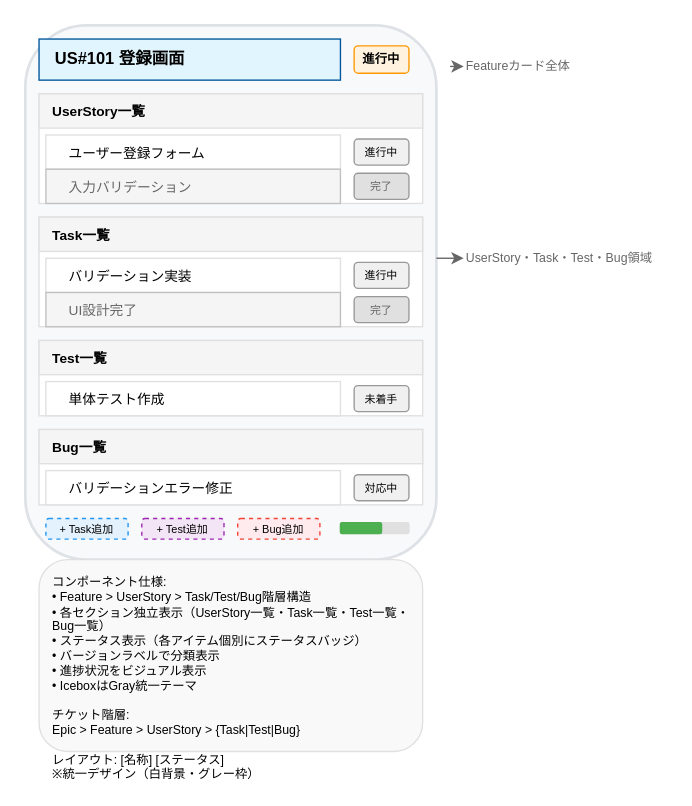
Earlier version of the draw.io diagram vibes/docs/specs/ui/kanban_ui_feature_card_component.drawio (hollySizzle/redmine_epic_ladder). Source tidied: cells renumbered, new cells numbered last; positions are measured from the earlier drawing's top-left corner, leaving out a move shared by most shapes. Both pictures are drawn from the tidied source at 137%, with x=0, y=0 at pixel (25, 25).
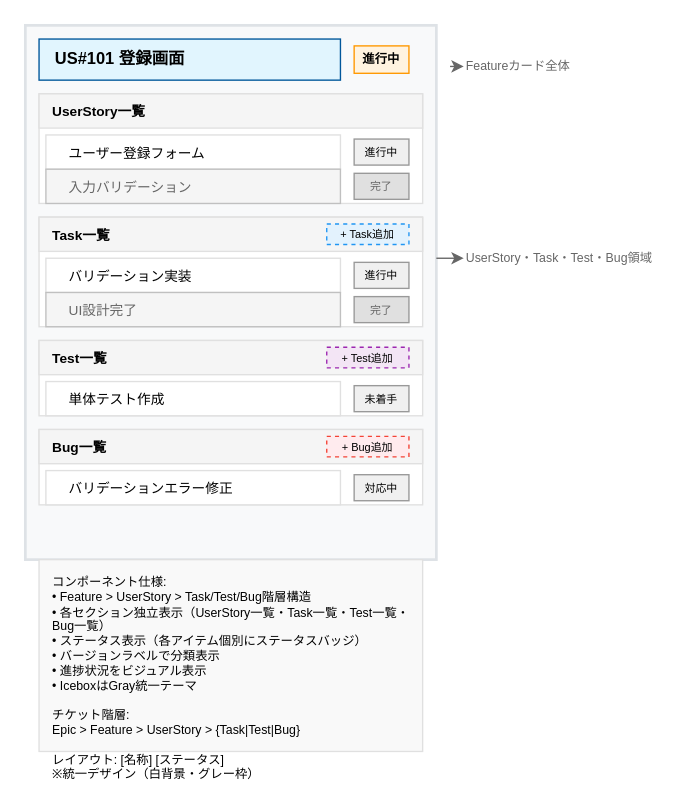
The same page after the edit.

Commit message (it also covers changes not shown here):
ワイヤーフレームの更新

The edit, as a diff of the source:
```diff
@@
-    <mxCell id="2" style="rounded=1;whiteSpace=wrap;html=1;fillColor=#f8f9fa;strokeColor=#dee2e6;strokeWidth=2;" parent="1" vertex="1">
+    <mxCell id="2" style="rounded=0;whiteSpace=wrap;html=1;fillColor=#f8f9fa;strokeColor=#dee2e6;strokeWidth=2;" parent="1" vertex="1">
       <mxGeometry width="300" height="390" as="geometry" />
     </mxCell>
@@
-    <mxCell id="4" value="進行中" style="rounded=1;whiteSpace=wrap;html=1;fillColor=#fff3e0;strokeColor=#ff9800;fontSize=9;align=center;verticalAlign=middle;fontStyle=1;" parent="1" vertex="1">
+    <mxCell id="4" value="進行中" style="rounded=0;whiteSpace=wrap;html=1;fillColor=#fff3e0;strokeColor=#ff9800;fontSize=9;align=center;verticalAlign=middle;fontStyle=1;" parent="1" vertex="1">
       <mxGeometry x="240" y="15" width="40" height="20" as="geometry" />
     </mxCell>
@@
-    <mxCell id="8" value="進行中" style="rounded=1;whiteSpace=wrap;html=1;fillColor=#f0f0f0;strokeColor=#999999;fontSize=8;align=center;verticalAlign=middle;" parent="1" vertex="1">
+    <mxCell id="8" value="進行中" style="rounded=0;whiteSpace=wrap;html=1;fillColor=#f0f0f0;strokeColor=#999999;fontSize=8;align=center;verticalAlign=middle;" parent="1" vertex="1">
       <mxGeometry x="240" y="83" width="40" height="19" as="geometry" />
     </mxCell>
@@
-    <mxCell id="10" value="完了" style="rounded=1;whiteSpace=wrap;html=1;fillColor=#e0e0e0;strokeColor=#999999;fontSize=8;align=center;verticalAlign=middle;fontColor=#666666;" parent="1" vertex="1">
+    <mxCell id="10" value="完了" style="rounded=0;whiteSpace=wrap;html=1;fillColor=#e0e0e0;strokeColor=#999999;fontSize=8;align=center;verticalAlign=middle;fontColor=#666666;" parent="1" vertex="1">
       <mxGeometry x="240" y="108" width="40" height="19" as="geometry" />
     </mxCell>
@@
-    <mxCell id="14" value="進行中" style="rounded=1;whiteSpace=wrap;html=1;fillColor=#f0f0f0;strokeColor=#999999;fontSize=8;align=center;verticalAlign=middle;" parent="1" vertex="1">
+    <mxCell id="14" value="進行中" style="rounded=0;whiteSpace=wrap;html=1;fillColor=#f0f0f0;strokeColor=#999999;fontSize=8;align=center;verticalAlign=middle;" parent="1" vertex="1">
       <mxGeometry x="240" y="173" width="40" height="19" as="geometry" />
     </mxCell>
@@
-    <mxCell id="16" value="完了" style="rounded=1;whiteSpace=wrap;html=1;fillColor=#e0e0e0;strokeColor=#999999;fontSize=8;align=center;verticalAlign=middle;fontColor=#666666;" parent="1" vertex="1">
+    <mxCell id="16" value="完了" style="rounded=0;whiteSpace=wrap;html=1;fillColor=#e0e0e0;strokeColor=#999999;fontSize=8;align=center;verticalAlign=middle;fontColor=#666666;" parent="1" vertex="1">
       <mxGeometry x="240" y="198" width="40" height="19" as="geometry" />
     </mxCell>
@@
-    <mxCell id="20" value="未着手" style="rounded=1;whiteSpace=wrap;html=1;fillColor=#f0f0f0;strokeColor=#999999;fontSize=8;align=center;verticalAlign=middle;" parent="1" vertex="1">
+    <mxCell id="20" value="未着手" style="rounded=0;whiteSpace=wrap;html=1;fillColor=#f0f0f0;strokeColor=#999999;fontSize=8;align=center;verticalAlign=middle;" parent="1" vertex="1">
       <mxGeometry x="240" y="263" width="40" height="19" as="geometry" />
     </mxCell>
@@
-    <mxCell id="24" value="対応中" style="rounded=1;whiteSpace=wrap;html=1;fillColor=#f0f0f0;strokeColor=#999999;fontSize=8;align=center;verticalAlign=middle;" parent="1" vertex="1">
+    <mxCell id="24" value="対応中" style="rounded=0;whiteSpace=wrap;html=1;fillColor=#f0f0f0;strokeColor=#999999;fontSize=8;align=center;verticalAlign=middle;" parent="1" vertex="1">
       <mxGeometry x="240" y="328" width="40" height="19" as="geometry" />
     </mxCell>
-    <mxCell id="25" value="+ Task追加" style="rounded=1;whiteSpace=wrap;html=1;fillColor=#e3f2fd;strokeColor=#2196f3;fontSize=8;align=center;verticalAlign=middle;dashed=1;" parent="1" vertex="1">
-      <mxGeometry x="15" y="360" width="60" height="15" as="geometry" />
+    <mxCell id="25" value="+ Task追加" style="rounded=0;whiteSpace=wrap;html=1;fillColor=#e3f2fd;strokeColor=#2196f3;fontSize=8;align=center;verticalAlign=middle;dashed=1;" parent="1" vertex="1">
+      <mxGeometry x="220" y="145" width="60" height="15" as="geometry" />
     </mxCell>
-    <mxCell id="26" value="+ Test追加" style="rounded=1;whiteSpace=wrap;html=1;fillColor=#f3e5f5;strokeColor=#9c27b0;fontSize=8;align=center;verticalAlign=middle;dashed=1;" parent="1" vertex="1">
-      <mxGeometry x="85" y="360" width="60" height="15" as="geometry" />
+    <mxCell id="26" value="+ Test追加" style="rounded=0;whiteSpace=wrap;html=1;fillColor=#f3e5f5;strokeColor=#9c27b0;fontSize=8;align=center;verticalAlign=middle;dashed=1;" parent="1" vertex="1">
+      <mxGeometry x="220" y="235" width="60" height="15" as="geometry" />
     </mxCell>
-    <mxCell id="27" value="+ Bug追加" style="rounded=1;whiteSpace=wrap;html=1;fillColor=#ffebee;strokeColor=#f44336;fontSize=8;align=center;verticalAlign=middle;dashed=1;" parent="1" vertex="1">
-      <mxGeometry x="155" y="360" width="60" height="15" as="geometry" />
+    <mxCell id="27" value="+ Bug追加" style="rounded=0;whiteSpace=wrap;html=1;fillColor=#ffebee;strokeColor=#f44336;fontSize=8;align=center;verticalAlign=middle;dashed=1;" parent="1" vertex="1">
+      <mxGeometry x="220" y="300" width="60" height="15" as="geometry" />
     </mxCell>
-    <mxCell id="28" style="rounded=1;whiteSpace=wrap;html=1;fillColor=#e0e0e0;strokeColor=#e0e0e0;" parent="1" vertex="1">
-      <mxGeometry x="230" y="363" width="50" height="8" as="geometry" />
-    </mxCell>
-    <mxCell id="29" style="rounded=1;whiteSpace=wrap;html=1;fillColor=#4caf50;strokeColor=#4caf50;" parent="1" vertex="1">
-      <mxGeometry x="230" y="363" width="30" height="8" as="geometry" />
-    </mxCell>
@@
-    <mxCell id="34" value="コンポーネント仕様:&#10;• Feature &gt; UserStory &gt; Task/Test/Bug階層構造&#10;• 各セクション独立表示（UserStory一覧・Task一覧・Test一覧・Bug一覧）&#10;• ステータス表示（各アイテム個別にステータスバッジ）&#10;• バージョンラベルで分類表示&#10;• 進捗状況をビジュアル表示&#10;• IceboxはGray統一テーマ&#10;&#10;チケット階層:&#10;Epic &gt; Feature &gt; UserStory &gt; {Task|Test|Bug}&#10;&#10;レイアウト: [名称] [ステータス]&#10;※統一デザイン（白背景・グレー枠）" style="text;html=1;strokeColor=#e0e0e0;fillColor=#f9f9f9;align=left;verticalAlign=top;whiteSpace=wrap;rounded=1;fontSize=9;spacingTop=5;spacingLeft=8;" parent="1" vertex="1">
+    <mxCell id="34" value="コンポーネント仕様:&#10;• Feature &gt; UserStory &gt; Task/Test/Bug階層構造&#10;• 各セクション独立表示（UserStory一覧・Task一覧・Test一覧・Bug一覧）&#10;• ステータス表示（各アイテム個別にステータスバッジ）&#10;• バージョンラベルで分類表示&#10;• 進捗状況をビジュアル表示&#10;• IceboxはGray統一テーマ&#10;&#10;チケット階層:&#10;Epic &gt; Feature &gt; UserStory &gt; {Task|Test|Bug}&#10;&#10;レイアウト: [名称] [ステータス]&#10;※統一デザイン（白背景・グレー枠）" style="text;html=1;strokeColor=#e0e0e0;fillColor=#f9f9f9;align=left;verticalAlign=top;whiteSpace=wrap;rounded=0;fontSize=9;spacingTop=5;spacingLeft=8;" parent="1" vertex="1">
       <mxGeometry x="10" y="390" width="280" height="140" as="geometry" />
     </mxCell>
```
